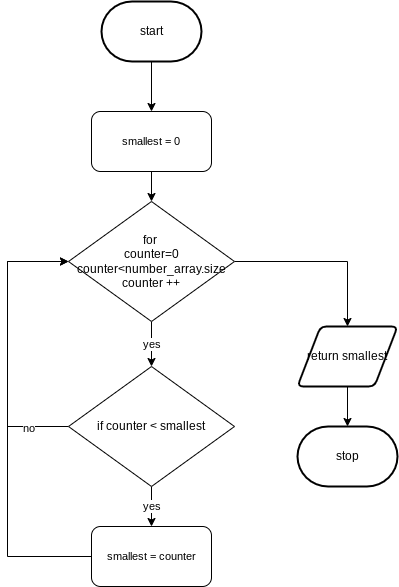
Above: flow.png in devin-jhu/ICS3U-Unit6-03-Python (draw.io), before the change. Source tidied: cells renumbered, new cells last; positions are measured from the earlier drawing's top-left corner, leaving out a move shared by most shapes.
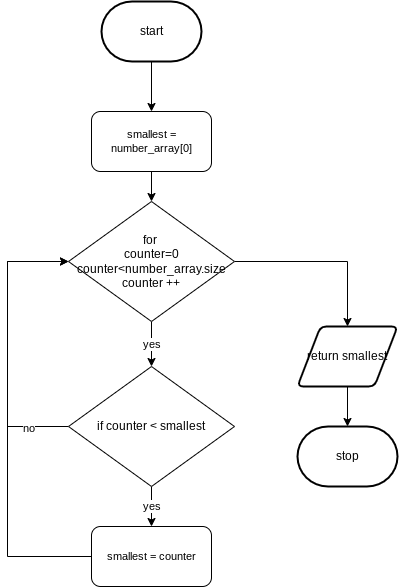
The same diagram one commit later.

Diff of the diagram source:
```diff
@@ -59,7 +59,7 @@
     <mxCell id="16" style="edgeStyle=none;html=1;" parent="1" edge="1" source="17" target="5">
       <mxGeometry relative="1" as="geometry" />
     </mxCell>
-    <mxCell id="17" value="smallest = 0" style="rounded=1;whiteSpace=wrap;html=1;fontFamily=Helvetica;fontSize=11;fontColor=default;" parent="1" vertex="1">
+    <mxCell id="17" value="smallest = number_array[0]" style="rounded=1;whiteSpace=wrap;html=1;fontFamily=Helvetica;fontSize=11;fontColor=default;" parent="1" vertex="1">
       <mxGeometry x="84" y="110" width="120" height="60" as="geometry" />
     </mxCell>
   </root>
```
